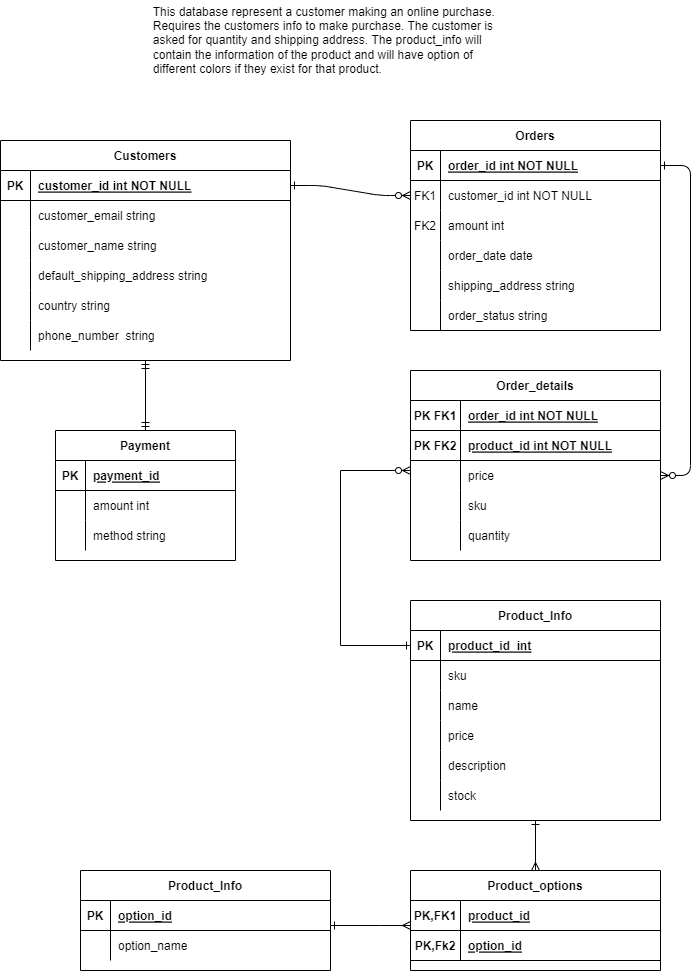
This is DatabaseDesign/ERD_OnlineShopping.png from The-Software-Guild/database-design-and-hotel-assessments-Aaron-SK, a draw.io export, as it was before one commit. Source tidied: cells renumbered, new cells last; positions are measured from the earlier drawing's top-left corner, leaving out a move shared by most shapes.
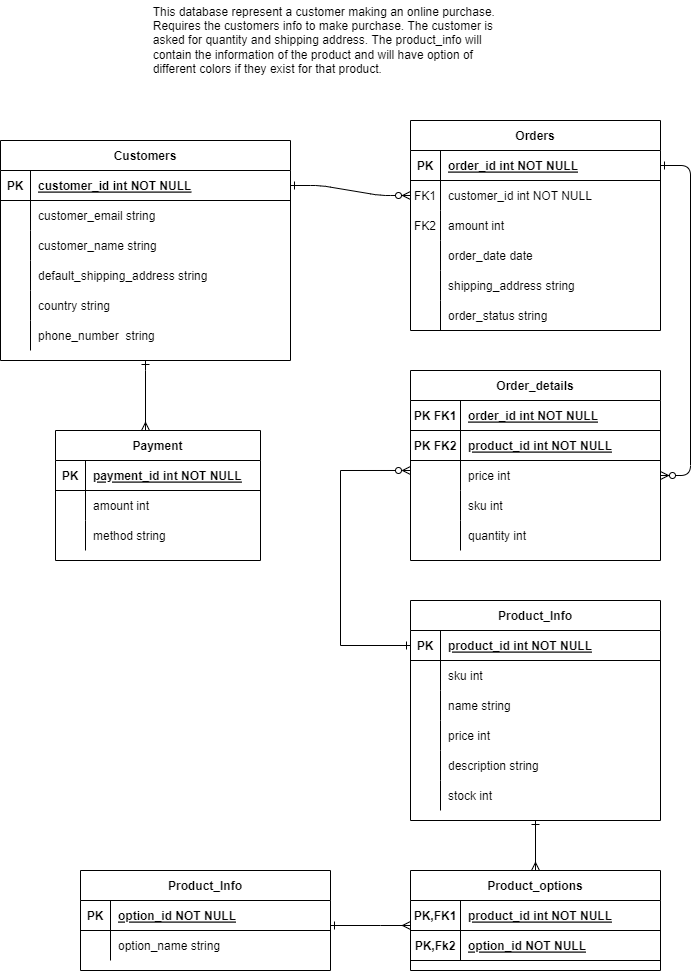
Above is the later version.

Change to the diagram source:
```diff
@@ -92,7 +92,7 @@
     <mxCell id="31" style="shape=partialRectangle;overflow=hidden;fillColor=none;top=0;left=0;bottom=0;right=0;" parent="30" vertex="1">
       <mxGeometry width="50" height="30" as="geometry" />
     </mxCell>
-    <mxCell id="32" value="price" style="shape=partialRectangle;overflow=hidden;fillColor=none;top=0;left=0;bottom=0;right=0;align=left;spacingLeft=6;" parent="30" vertex="1">
+    <mxCell id="32" value="price int" style="shape=partialRectangle;overflow=hidden;fillColor=none;top=0;left=0;bottom=0;right=0;align=left;spacingLeft=6;" parent="30" vertex="1">
       <mxGeometry x="50" width="200" height="30" as="geometry" />
     </mxCell>
     <mxCell id="33" style="shape=partialRectangle;fillColor=none;top=0;left=0;right=0;bottom=0;" parent="23" vertex="1">
@@ -101,7 +101,7 @@
     <mxCell id="34" style="shape=partialRectangle;overflow=hidden;fillColor=none;top=0;left=0;bottom=0;right=0;" parent="33" vertex="1">
       <mxGeometry width="50" height="30" as="geometry" />
     </mxCell>
-    <mxCell id="35" value="sku" style="shape=partialRectangle;overflow=hidden;fillColor=none;top=0;left=0;bottom=0;right=0;align=left;spacingLeft=6;" parent="33" vertex="1">
+    <mxCell id="35" value="sku int" style="shape=partialRectangle;overflow=hidden;fillColor=none;top=0;left=0;bottom=0;right=0;align=left;spacingLeft=6;" parent="33" vertex="1">
       <mxGeometry x="50" width="200" height="30" as="geometry" />
     </mxCell>
     <mxCell id="36" style="shape=partialRectangle;fillColor=none;top=0;left=0;right=0;bottom=0;" parent="23" vertex="1">
@@ -110,7 +110,7 @@
     <mxCell id="37" style="shape=partialRectangle;overflow=hidden;fillColor=none;top=0;left=0;bottom=0;right=0;" parent="36" vertex="1">
       <mxGeometry width="50" height="30" as="geometry" />
     </mxCell>
-    <mxCell id="38" value="quantity" style="shape=partialRectangle;overflow=hidden;fillColor=none;top=0;left=0;bottom=0;right=0;align=left;spacingLeft=6;" parent="36" vertex="1">
+    <mxCell id="38" value="quantity int" style="shape=partialRectangle;overflow=hidden;fillColor=none;top=0;left=0;bottom=0;right=0;align=left;spacingLeft=6;" parent="36" vertex="1">
       <mxGeometry x="50" width="200" height="30" as="geometry" />
     </mxCell>
     <mxCell id="39" value="Customers" style="shape=table;startSize=30;rowLines=0;fontStyle=1;align=center;" parent="1" vertex="1">
@@ -170,7 +170,7 @@
     <mxCell id="57" value="phone_number  string" style="shape=partialRectangle;overflow=hidden;fillColor=none;top=0;left=0;bottom=0;right=0;align=left;spacingLeft=6;" parent="55" vertex="1">
       <mxGeometry x="30" width="260" height="30" as="geometry" />
     </mxCell>
-    <mxCell id="58" style="edgeStyle=orthogonalEdgeStyle;rounded=0;jettySize=auto;html=1;endArrow=ERmandOne;endFill=0;startArrow=ERmandOne;startFill=0;" parent="1" edge="1" source="59">
+    <mxCell id="58" style="edgeStyle=orthogonalEdgeStyle;rounded=0;jettySize=auto;html=1;endArrow=ERone;endFill=0;startArrow=ERmany;startFill=0;" parent="1" edge="1" source="59">
       <mxGeometry relative="1" as="geometry">
         <mxPoint x="145" y="360" as="targetPoint" />
         <Array as="points">
@@ -180,34 +180,34 @@
       </mxGeometry>
     </mxCell>
     <mxCell id="59" value="Payment" style="shape=table;startSize=30;rowLines=0;fontStyle=1;align=center;" parent="1" vertex="1">
-      <mxGeometry x="55" y="430" width="180" height="130" as="geometry" />
+      <mxGeometry x="55" y="430" width="205" height="130" as="geometry" />
     </mxCell>
     <mxCell id="60" style="shape=tableRow;horizontal=0;startSize=0;swimlaneHead=0;swimlaneBody=0;fillColor=none;top=0;left=0;right=0;bottom=1;" parent="59" vertex="1">
-      <mxGeometry y="30" width="180" height="30" as="geometry" />
+      <mxGeometry y="30" width="205" height="30" as="geometry" />
     </mxCell>
     <mxCell id="61" value="PK" style="shape=partialRectangle;fillColor=none;top=0;left=0;bottom=0;right=0;fontStyle=1;overflow=hidden;" parent="60" vertex="1">
       <mxGeometry width="30" height="30" as="geometry" />
     </mxCell>
-    <mxCell id="62" value="payment_id" style="shape=partialRectangle;fillColor=none;top=0;left=0;bottom=0;right=0;align=left;spacingLeft=6;fontStyle=5;overflow=hidden;" parent="60" vertex="1">
-      <mxGeometry x="30" width="150" height="30" as="geometry" />
+    <mxCell id="62" value="payment_id int NOT NULL" style="shape=partialRectangle;fillColor=none;top=0;left=0;bottom=0;right=0;align=left;spacingLeft=6;fontStyle=5;overflow=hidden;" parent="60" vertex="1">
+      <mxGeometry x="30" width="175" height="30" as="geometry" />
     </mxCell>
     <mxCell id="63" style="shape=tableRow;horizontal=0;startSize=0;swimlaneHead=0;swimlaneBody=0;fillColor=none;top=0;left=0;right=0;bottom=0;" parent="59" vertex="1">
-      <mxGeometry y="60" width="180" height="30" as="geometry" />
+      <mxGeometry y="60" width="205" height="30" as="geometry" />
     </mxCell>
     <mxCell id="64" style="shape=partialRectangle;fillColor=none;top=0;left=0;bottom=0;right=0;overflow=hidden;" parent="63" vertex="1">
       <mxGeometry width="30" height="30" as="geometry" />
     </mxCell>
     <mxCell id="65" value="amount int" style="shape=partialRectangle;fillColor=none;top=0;left=0;bottom=0;right=0;align=left;spacingLeft=6;overflow=hidden;" parent="63" vertex="1">
-      <mxGeometry x="30" width="150" height="30" as="geometry" />
+      <mxGeometry x="30" width="175" height="30" as="geometry" />
     </mxCell>
     <mxCell id="66" style="shape=tableRow;horizontal=0;startSize=0;swimlaneHead=0;swimlaneBody=0;fillColor=none;top=0;left=0;right=0;bottom=0;" parent="59" vertex="1">
-      <mxGeometry y="90" width="180" height="30" as="geometry" />
+      <mxGeometry y="90" width="205" height="30" as="geometry" />
     </mxCell>
     <mxCell id="67" style="shape=partialRectangle;fillColor=none;top=0;left=0;bottom=0;right=0;overflow=hidden;" parent="66" vertex="1">
       <mxGeometry width="30" height="30" as="geometry" />
     </mxCell>
     <mxCell id="68" value="method string" style="shape=partialRectangle;fillColor=none;top=0;left=0;bottom=0;right=0;align=left;spacingLeft=6;overflow=hidden;" parent="66" vertex="1">
-      <mxGeometry x="30" width="150" height="30" as="geometry" />
+      <mxGeometry x="30" width="175" height="30" as="geometry" />
     </mxCell>
     <mxCell id="69" style="edgeStyle=orthogonalEdgeStyle;rounded=0;jettySize=auto;html=1;startArrow=ERone;startFill=0;endArrow=ERmany;endFill=0;" parent="1" edge="1" source="70" target="91">
       <mxGeometry relative="1" as="geometry" />
@@ -221,7 +221,7 @@
     <mxCell id="72" value="PK" style="shape=partialRectangle;overflow=hidden;fillColor=none;top=0;left=0;bottom=0;right=0;fontStyle=1;" parent="71" vertex="1">
       <mxGeometry width="30" height="30" as="geometry" />
     </mxCell>
-    <mxCell id="73" value="product_id  int" style="shape=partialRectangle;overflow=hidden;fillColor=none;top=0;left=0;bottom=0;right=0;align=left;spacingLeft=6;fontStyle=5;" parent="71" vertex="1">
+    <mxCell id="73" value="product_id int NOT NULL" style="shape=partialRectangle;overflow=hidden;fillColor=none;top=0;left=0;bottom=0;right=0;align=left;spacingLeft=6;fontStyle=5;" parent="71" vertex="1">
       <mxGeometry x="30" width="220" height="30" as="geometry" />
     </mxCell>
     <mxCell id="74" style="shape=partialRectangle;fillColor=none;top=0;left=0;right=0;bottom=0;" parent="70" vertex="1">
@@ -230,7 +230,7 @@
     <mxCell id="75" style="shape=partialRectangle;overflow=hidden;fillColor=none;top=0;left=0;bottom=0;right=0;" parent="74" vertex="1">
       <mxGeometry width="30" height="30" as="geometry" />
     </mxCell>
-    <mxCell id="76" value="sku" style="shape=partialRectangle;overflow=hidden;fillColor=none;top=0;left=0;bottom=0;right=0;align=left;spacingLeft=6;" parent="74" vertex="1">
+    <mxCell id="76" value="sku int" style="shape=partialRectangle;overflow=hidden;fillColor=none;top=0;left=0;bottom=0;right=0;align=left;spacingLeft=6;" parent="74" vertex="1">
       <mxGeometry x="30" width="220" height="30" as="geometry" />
     </mxCell>
     <mxCell id="77" style="shape=partialRectangle;fillColor=none;top=0;left=0;right=0;bottom=0;" parent="70" vertex="1">
@@ -239,7 +239,7 @@
     <mxCell id="78" style="shape=partialRectangle;overflow=hidden;fillColor=none;top=0;left=0;bottom=0;right=0;" parent="77" vertex="1">
       <mxGeometry width="30" height="30" as="geometry" />
     </mxCell>
-    <mxCell id="79" value="name" style="shape=partialRectangle;overflow=hidden;fillColor=none;top=0;left=0;bottom=0;right=0;align=left;spacingLeft=6;" parent="77" vertex="1">
+    <mxCell id="79" value="name string" style="shape=partialRectangle;overflow=hidden;fillColor=none;top=0;left=0;bottom=0;right=0;align=left;spacingLeft=6;" parent="77" vertex="1">
       <mxGeometry x="30" width="220" height="30" as="geometry" />
     </mxCell>
     <mxCell id="80" style="shape=partialRectangle;fillColor=none;top=0;left=0;right=0;bottom=0;" parent="70" vertex="1">
@@ -248,7 +248,7 @@
     <mxCell id="81" style="shape=partialRectangle;overflow=hidden;fillColor=none;top=0;left=0;bottom=0;right=0;" parent="80" vertex="1">
       <mxGeometry width="30" height="30" as="geometry" />
     </mxCell>
-    <mxCell id="82" value="price" style="shape=partialRectangle;overflow=hidden;fillColor=none;top=0;left=0;bottom=0;right=0;align=left;spacingLeft=6;" parent="80" vertex="1">
+    <mxCell id="82" value="price int" style="shape=partialRectangle;overflow=hidden;fillColor=none;top=0;left=0;bottom=0;right=0;align=left;spacingLeft=6;" parent="80" vertex="1">
       <mxGeometry x="30" width="220" height="30" as="geometry" />
     </mxCell>
     <mxCell id="83" style="shape=partialRectangle;fillColor=none;top=0;left=0;right=0;bottom=0;" parent="70" vertex="1">
@@ -257,7 +257,7 @@
     <mxCell id="84" style="shape=partialRectangle;overflow=hidden;fillColor=none;top=0;left=0;bottom=0;right=0;" parent="83" vertex="1">
       <mxGeometry width="30" height="30" as="geometry" />
     </mxCell>
-    <mxCell id="85" value="description" style="shape=partialRectangle;overflow=hidden;fillColor=none;top=0;left=0;bottom=0;right=0;align=left;spacingLeft=6;" parent="83" vertex="1">
+    <mxCell id="85" value="description string" style="shape=partialRectangle;overflow=hidden;fillColor=none;top=0;left=0;bottom=0;right=0;align=left;spacingLeft=6;" parent="83" vertex="1">
       <mxGeometry x="30" width="220" height="30" as="geometry" />
     </mxCell>
     <mxCell id="86" style="shape=partialRectangle;fillColor=none;top=0;left=0;right=0;bottom=0;" parent="70" vertex="1">
@@ -266,7 +266,7 @@
     <mxCell id="87" style="shape=partialRectangle;overflow=hidden;fillColor=none;top=0;left=0;bottom=0;right=0;" parent="86" vertex="1">
       <mxGeometry width="30" height="30" as="geometry" />
     </mxCell>
-    <mxCell id="88" value="stock" style="shape=partialRectangle;overflow=hidden;fillColor=none;top=0;left=0;bottom=0;right=0;align=left;spacingLeft=6;" parent="86" vertex="1">
+    <mxCell id="88" value="stock int" style="shape=partialRectangle;overflow=hidden;fillColor=none;top=0;left=0;bottom=0;right=0;align=left;spacingLeft=6;" parent="86" vertex="1">
       <mxGeometry x="30" width="220" height="30" as="geometry" />
     </mxCell>
     <mxCell id="89" style="edgeStyle=orthogonalEdgeStyle;rounded=0;jettySize=auto;html=1;entryX=0;entryY=0.5;entryDx=0;entryDy=0;startArrow=ERzeroToMany;startFill=0;endArrow=ERone;endFill=0;exitX=0;exitY=0.333;exitDx=0;exitDy=0;exitPerimeter=0;" parent="1" edge="1" source="30" target="71">
@@ -295,7 +295,7 @@
     <mxCell id="93" value="PK,FK1" style="shape=partialRectangle;overflow=hidden;fillColor=none;top=0;left=0;bottom=0;right=0;fontStyle=1;" parent="92" vertex="1">
       <mxGeometry width="50" height="30" as="geometry" />
     </mxCell>
-    <mxCell id="94" value="product_id" style="shape=partialRectangle;overflow=hidden;fillColor=none;top=0;left=0;bottom=0;right=0;align=left;spacingLeft=6;fontStyle=5;" parent="92" vertex="1">
+    <mxCell id="94" value="product_id int NOT NULL" style="shape=partialRectangle;overflow=hidden;fillColor=none;top=0;left=0;bottom=0;right=0;align=left;spacingLeft=6;fontStyle=5;" parent="92" vertex="1">
       <mxGeometry x="50" width="200" height="30" as="geometry" />
     </mxCell>
     <mxCell id="95" style="shape=partialRectangle;fillColor=none;top=0;left=0;right=0;bottom=1;" parent="91" vertex="1">
@@ -304,7 +304,7 @@
     <mxCell id="96" value="PK,Fk2" style="shape=partialRectangle;overflow=hidden;fillColor=none;top=0;left=0;bottom=0;right=0;fontStyle=1;" parent="95" vertex="1">
       <mxGeometry width="50" height="30" as="geometry" />
     </mxCell>
-    <mxCell id="97" value="option_id" style="shape=partialRectangle;overflow=hidden;fillColor=none;top=0;left=0;bottom=0;right=0;align=left;spacingLeft=6;fontStyle=5;" parent="95" vertex="1">
+    <mxCell id="97" value="option_id NOT NULL" style="shape=partialRectangle;overflow=hidden;fillColor=none;top=0;left=0;bottom=0;right=0;align=left;spacingLeft=6;fontStyle=5;" parent="95" vertex="1">
       <mxGeometry x="50" width="200" height="30" as="geometry" />
     </mxCell>
     <mxCell id="98" value="Product_Info" style="shape=table;startSize=30;rowLines=0;fontStyle=1;align=center;" parent="1" vertex="1">
@@ -316,7 +316,7 @@
     <mxCell id="100" value="PK" style="shape=partialRectangle;overflow=hidden;fillColor=none;top=0;left=0;bottom=0;right=0;fontStyle=1;" parent="99" vertex="1">
       <mxGeometry width="30" height="30" as="geometry" />
     </mxCell>
-    <mxCell id="101" value="option_id" style="shape=partialRectangle;overflow=hidden;fillColor=none;top=0;left=0;bottom=0;right=0;align=left;spacingLeft=6;fontStyle=5;" parent="99" vertex="1">
+    <mxCell id="101" value="option_id NOT NULL" style="shape=partialRectangle;overflow=hidden;fillColor=none;top=0;left=0;bottom=0;right=0;align=left;spacingLeft=6;fontStyle=5;" parent="99" vertex="1">
       <mxGeometry x="30" width="220" height="30" as="geometry" />
     </mxCell>
     <mxCell id="102" style="shape=partialRectangle;fillColor=none;top=0;left=0;right=0;bottom=0;" parent="98" vertex="1">
@@ -325,7 +325,7 @@
     <mxCell id="103" style="shape=partialRectangle;overflow=hidden;fillColor=none;top=0;left=0;bottom=0;right=0;" parent="102" vertex="1">
       <mxGeometry width="30" height="30" as="geometry" />
     </mxCell>
-    <mxCell id="104" value="option_name" style="shape=partialRectangle;overflow=hidden;fillColor=none;top=0;left=0;bottom=0;right=0;align=left;spacingLeft=6;" parent="102" vertex="1">
+    <mxCell id="104" value="option_name string" style="shape=partialRectangle;overflow=hidden;fillColor=none;top=0;left=0;bottom=0;right=0;align=left;spacingLeft=6;" parent="102" vertex="1">
       <mxGeometry x="30" width="220" height="30" as="geometry" />
     </mxCell>
     <mxCell id="105" value="&lt;div style=&quot;text-align: left&quot;&gt;&lt;span&gt;This database represent a customer making an online purchase.&amp;nbsp;&lt;/span&gt;&lt;/div&gt;&lt;div style=&quot;text-align: left&quot;&gt;&lt;span&gt;Requires the customers info to make purchase. The customer is&amp;nbsp;&lt;/span&gt;&lt;/div&gt;&lt;div style=&quot;text-align: left&quot;&gt;&lt;span&gt;asked for&amp;nbsp;&lt;/span&gt;&lt;span&gt;quantity and shipping address&lt;/span&gt;&lt;span&gt;.&amp;nbsp;&lt;/span&gt;&lt;span&gt;The product_info will&amp;nbsp;&lt;/span&gt;&lt;/div&gt;&lt;div style=&quot;text-align: left&quot;&gt;&lt;span&gt;contain the&amp;nbsp;&lt;/span&gt;&lt;span&gt;information of the product and will have option of&amp;nbsp;&lt;/span&gt;&lt;/div&gt;&lt;div style=&quot;text-align: left&quot;&gt;&lt;span&gt;different colors&amp;nbsp;&lt;/span&gt;&lt;span&gt;if they exist for that product.&lt;/span&gt;&lt;/div&gt;" style="text;html=1;align=center;verticalAlign=middle;strokeColor=none;fillColor=none;" parent="1" vertex="1">
```
